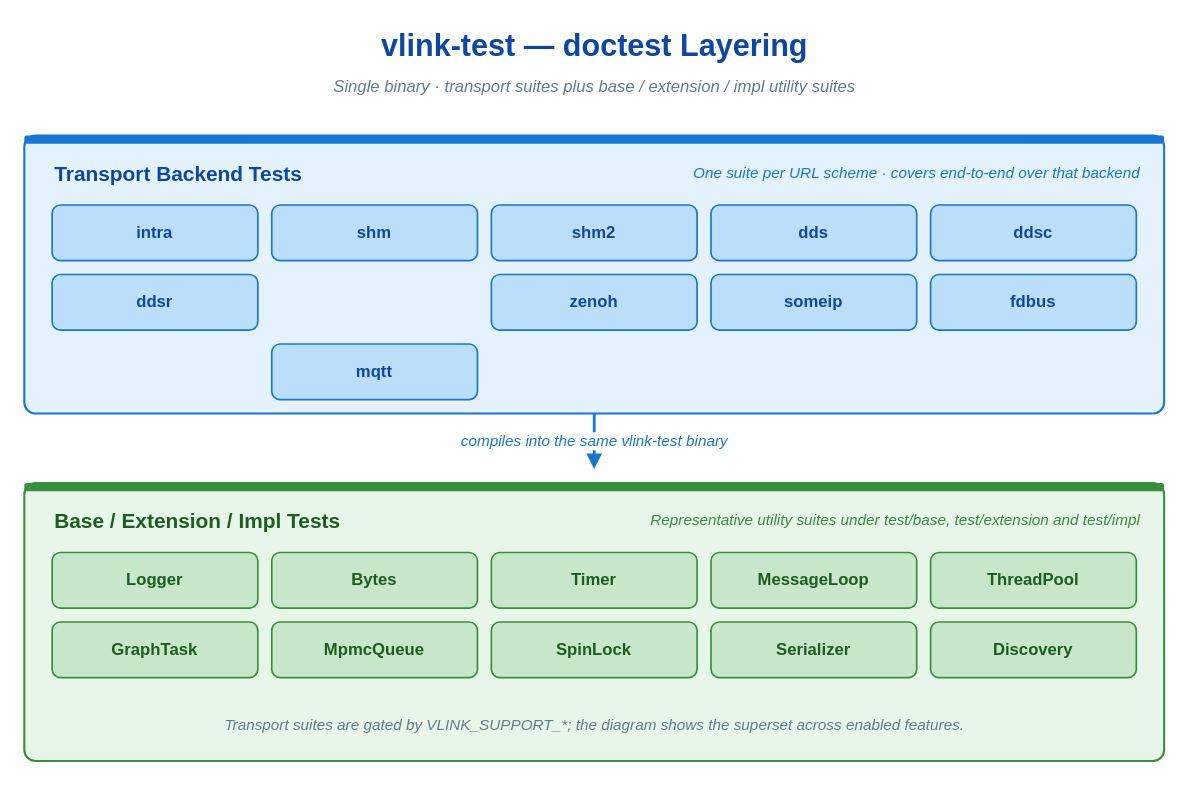
Earlier version of the draw.io diagram doc/images/test-layer-diagram.drawio (thun-res/vlink). Source tidied: cells renumbered, new cells numbered last; positions are measured from the earlier drawing's top-left corner, leaving out a move shared by most shapes. Both pictures are drawn from the tidied source at 139%, with x=0, y=0 at pixel (24, 24).
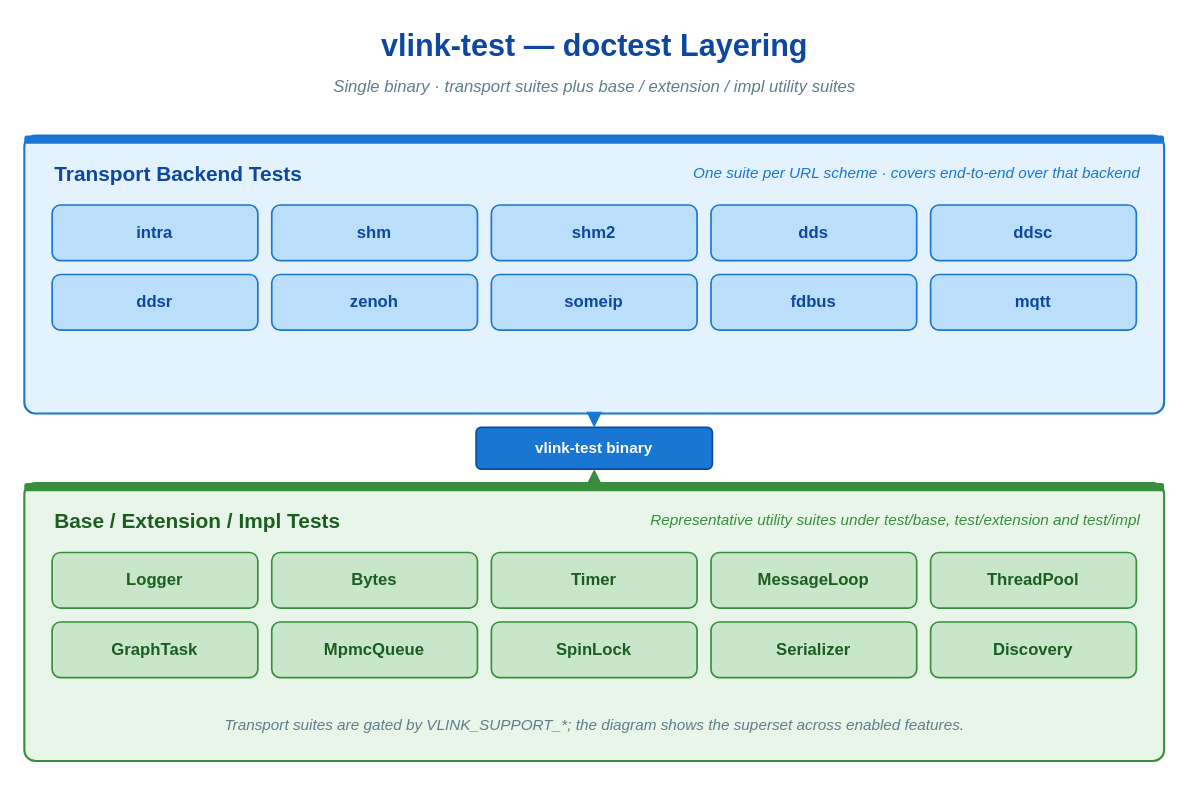
The same diagram, later.

The edit, as a diff of the source:
```diff
@@
     <mxCell id="14" value="zenoh" style="rounded=1;whiteSpace=wrap;html=1;fillColor=#bbdefb;strokeColor=#1976d2;strokeWidth=1.2;fontFamily=Helvetica;fontSize=12;fontStyle=1;fontColor=#0d47a1;shadow=0;" parent="1" vertex="1">
-      <mxGeometry x="336" y="180" width="148" height="40" as="geometry" />
+      <mxGeometry x="178" y="180" width="148" height="40" as="geometry" />
     </mxCell>
     <mxCell id="15" value="someip" style="rounded=1;whiteSpace=wrap;html=1;fillColor=#bbdefb;strokeColor=#1976d2;strokeWidth=1.2;fontFamily=Helvetica;fontSize=12;fontStyle=1;fontColor=#0d47a1;shadow=0;" parent="1" vertex="1">
-      <mxGeometry x="494" y="180" width="148" height="40" as="geometry" />
+      <mxGeometry x="336" y="180" width="148" height="40" as="geometry" />
     </mxCell>
     <mxCell id="16" value="fdbus" style="rounded=1;whiteSpace=wrap;html=1;fillColor=#bbdefb;strokeColor=#1976d2;strokeWidth=1.2;fontFamily=Helvetica;fontSize=12;fontStyle=1;fontColor=#0d47a1;shadow=0;" parent="1" vertex="1">
-      <mxGeometry x="652" y="180" width="148" height="40" as="geometry" />
+      <mxGeometry x="494" y="180" width="148" height="40" as="geometry" />
     </mxCell>
     <mxCell id="17" value="mqtt" style="rounded=1;whiteSpace=wrap;html=1;fillColor=#bbdefb;strokeColor=#1976d2;strokeWidth=1.2;fontFamily=Helvetica;fontSize=12;fontStyle=1;fontColor=#0d47a1;shadow=0;" parent="1" vertex="1">
-      <mxGeometry x="178" y="230" width="148" height="40" as="geometry" />
+      <mxGeometry x="652" y="180" width="148" height="40" as="geometry" />
     </mxCell>
-    <mxCell id="18" value="compiles into the same vlink-test binary" style="endArrow=block;endFill=1;html=1;rounded=1;strokeWidth=2;strokeColor=#1976d2;fontFamily=Helvetica;fontSize=11;fontStyle=2;fontColor=#1976d2;labelBackgroundColor=#ffffff;" parent="1" edge="1">
-      <mxGeometry relative="1" as="geometry">
-        <mxPoint x="410" y="280" as="sourcePoint" />
-        <mxPoint x="410" y="320" as="targetPoint" />
-      </mxGeometry>
-    </mxCell>
+    <mxCell id="34" value="vlink-test binary" style="rounded=1;whiteSpace=wrap;html=1;fillColor=#1976d2;strokeColor=#0d47a1;strokeWidth=1.2;fontFamily=Helvetica;fontSize=11;fontStyle=1;fontColor=#ffffff;align=center;verticalAlign=middle;arcSize=12;" parent="1" vertex="1">
+      <mxGeometry x="325" y="290" width="170" height="30" as="geometry" />
+    </mxCell>
+    <mxCell id="35" style="endArrow=block;endFill=1;html=1;strokeWidth=2;strokeColor=#1976d2;" parent="1" edge="1">
+      <mxGeometry relative="1" as="geometry">
+        <mxPoint x="410" y="280" as="sourcePoint" />
+        <mxPoint x="410" y="290" as="targetPoint" />
+      </mxGeometry>
+    </mxCell>
+    <mxCell id="36" style="endArrow=block;endFill=1;html=1;strokeWidth=2;strokeColor=#388e3c;" parent="1" edge="1">
+      <mxGeometry relative="1" as="geometry">
+        <mxPoint x="410" y="330" as="sourcePoint" />
+        <mxPoint x="410" y="320" as="targetPoint" />
+      </mxGeometry>
+    </mxCell>
```
